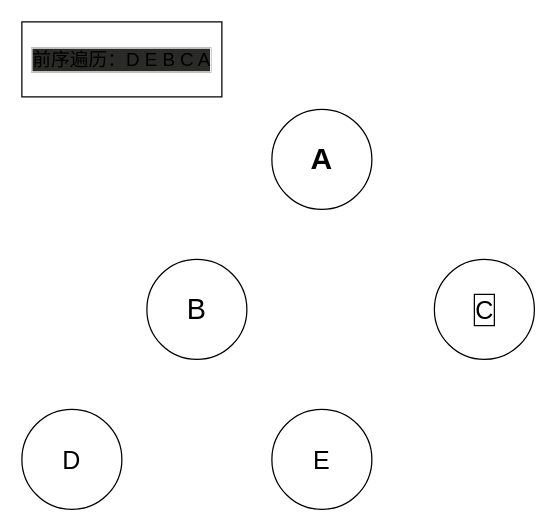
Above: src/图解.dio in PhilRandWu/Algorithm_code_ts (draw.io), before the change. Source tidied: cells renumbered, new cells numbered last; positions are measured from the earlier drawing's top-left corner, leaving out a move shared by most shapes. Both pictures are drawn from the tidied source at 125%, with x=0, y=0 at pixel (21, 21).
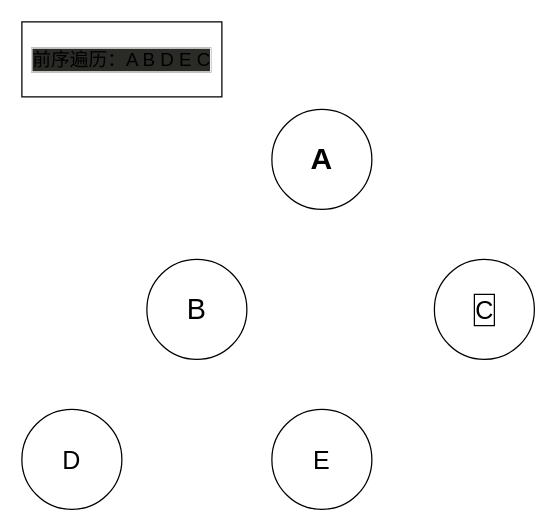
The same page after the edit.

Diff of the diagram source:
```diff
@@
 <mxGraphModel>
   <root>
     <mxCell id="0" />
     <mxCell id="1" parent="0" />
     <mxCell id="2" value="&lt;h1&gt;A&lt;/h1&gt;" style="ellipse;whiteSpace=wrap;html=1;" parent="1" vertex="1">
       <mxGeometry x="200" y="70" width="80" height="80" as="geometry" />
     </mxCell>
     <mxCell id="3" value="B" style="ellipse;whiteSpace=wrap;html=1;fontStyle=0;fontSize=23;" parent="1" vertex="1">
       <mxGeometry x="100" y="190" width="80" height="80" as="geometry" />
     </mxCell>
     <mxCell id="4" value="C" style="ellipse;html=1;fontSize=20;labelBorderColor=default;" parent="1" vertex="1">
       <mxGeometry x="330" y="190" width="80" height="80" as="geometry" />
     </mxCell>
     <mxCell id="5" value="D" style="ellipse;whiteSpace=wrap;html=1;fontSize=20;" parent="1" vertex="1">
       <mxGeometry y="310" width="80" height="80" as="geometry" />
     </mxCell>
     <mxCell id="6" value="E" style="ellipse;whiteSpace=wrap;html=1;fontSize=20;" parent="1" vertex="1">
       <mxGeometry x="200" y="310" width="80" height="80" as="geometry" />
     </mxCell>
-    <mxCell id="7" value="前序遍历：D E B C A" style="whiteSpace=wrap;html=1;labelBorderColor=#F0F0F0;fontSize=15;labelBackgroundColor=#2A2A27;fillColor=#FFFFFF;" parent="1" vertex="1">
+    <mxCell id="7" value="前序遍历：A B D E C" style="whiteSpace=wrap;html=1;labelBorderColor=#F0F0F0;fontSize=15;labelBackgroundColor=#2A2A27;fillColor=#FFFFFF;" parent="1" vertex="1">
       <mxGeometry width="160" height="60" as="geometry" />
     </mxCell>
   </root>
 </mxGraphModel>
```
